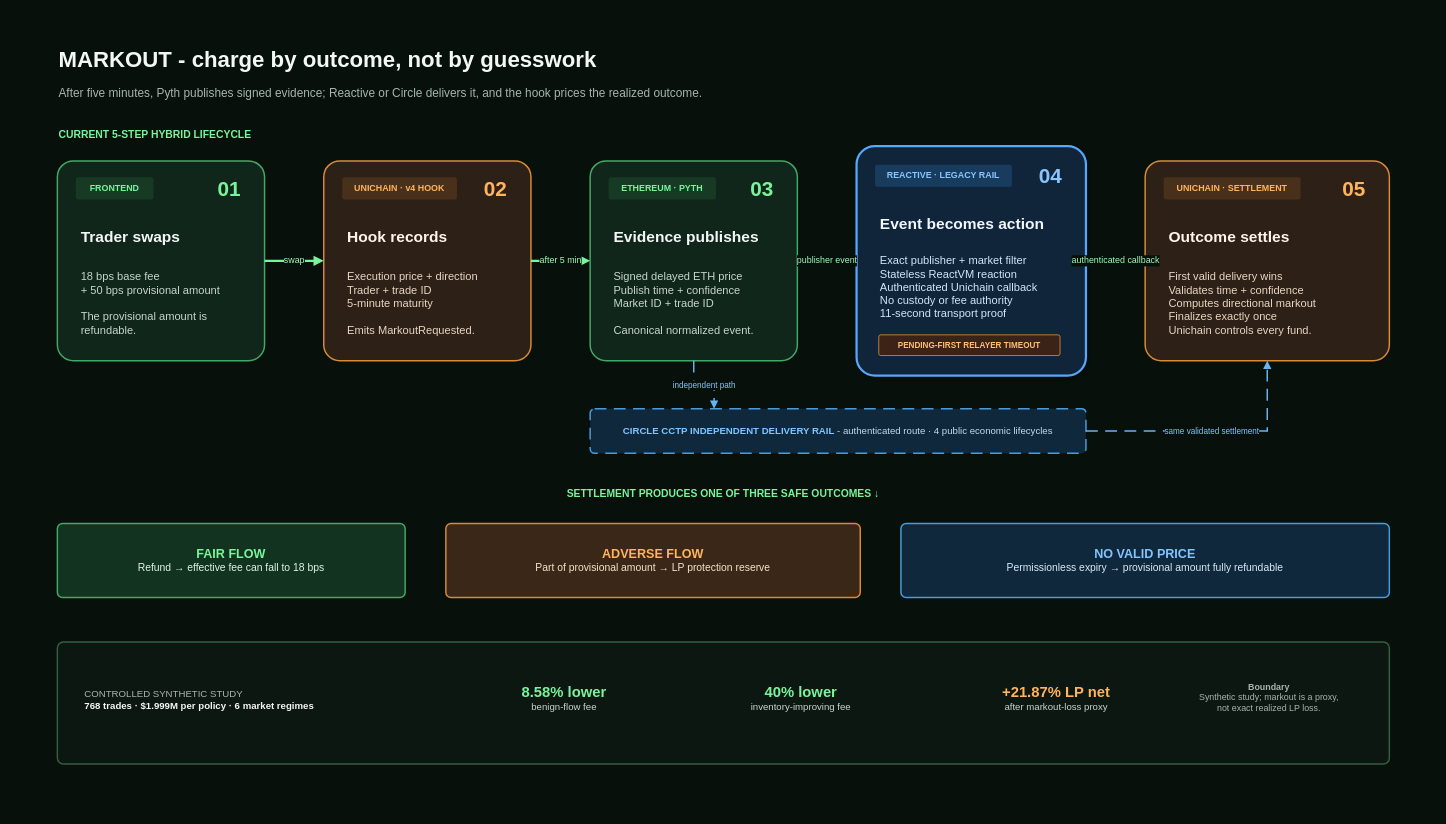
Above: docs/diagrams/MARKOUT_VIDEO_ARCHITECTURE.drawio in RudraBhaskar9439/markout-hook (draw.io), before the change. Source tidied: cells renumbered, new cells numbered last; positions are measured from the earlier drawing's top-left corner, leaving out a move shared by most shapes. Both pictures are drawn from the tidied source at 74%, with x=0, y=0 at pixel (13, 13).
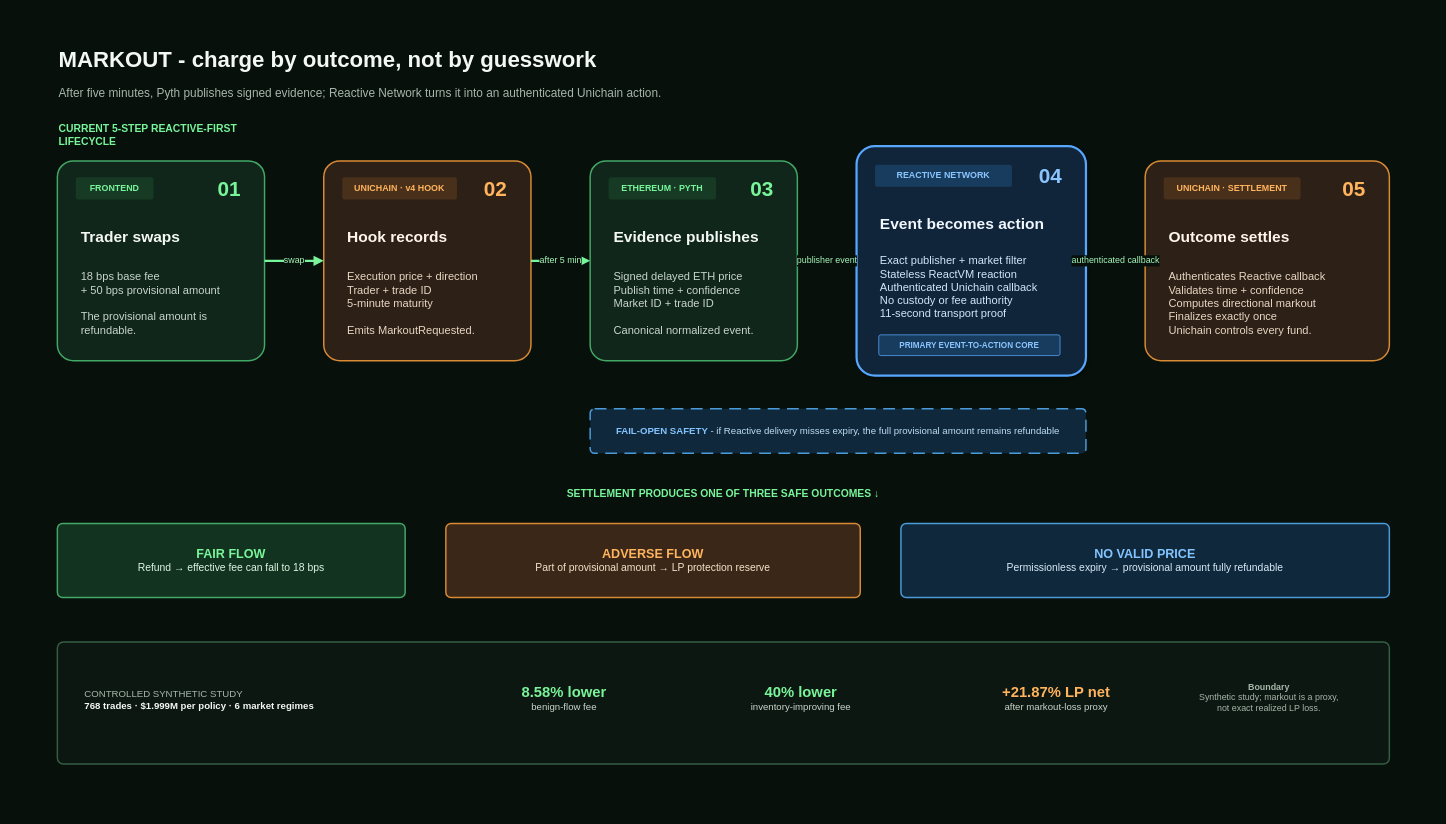
The same diagram, later.

Unchanged cells that the change refers to:
```xml
<mxCell id="16" style="rounded=1;arcSize=8;whiteSpace=wrap;html=1;fillColor=#10261A;strokeColor=#43A866;strokeWidth=2;" parent="1" vertex="1">
  <mxGeometry x="780" y="200" width="280" height="270" as="geometry" />
</mxCell>
<mxCell id="27" style="rounded=1;arcSize=8;whiteSpace=wrap;html=1;fillColor=#2D2016;strokeColor=#D98A35;strokeWidth=2;" parent="1" vertex="1">
  <mxGeometry x="1530" y="200" width="330" height="270" as="geometry" />
</mxCell>
```

What changed in the source:
```diff
@@
-    <mxCell id="4" value="&lt;font color=&quot;#A6B6AA&quot; style=&quot;font-size: 16px;&quot;&gt;After five minutes, Pyth publishes signed evidence; Reactive or Circle delivers it, and the hook prices the realized outcome.&lt;/font&gt;" style="text;html=1;align=left;verticalAlign=middle;whiteSpace=wrap;" parent="1" vertex="1">
+    <mxCell id="4" value="&lt;font color=&quot;#A6B6AA&quot; style=&quot;font-size: 16px;&quot;&gt;After five minutes, Pyth publishes signed evidence; Reactive Network turns it into an authenticated Unichain action.&lt;/font&gt;" style="text;html=1;align=left;verticalAlign=middle;whiteSpace=wrap;" parent="1" vertex="1">
       <mxGeometry x="60" y="90" width="1400" height="35" as="geometry" />
     </mxCell>
-    <mxCell id="5" value="&lt;font color=&quot;#78F59A&quot;&gt;&lt;b&gt;CURRENT 5-STEP HYBRID LIFECYCLE&lt;/b&gt;&lt;/font&gt;" style="text;html=1;align=left;verticalAlign=middle;whiteSpace=wrap;fontSize=14;" parent="1" vertex="1">
+    <mxCell id="5" value="&lt;font color=&quot;#78F59A&quot;&gt;&lt;b&gt;CURRENT 5-STEP REACTIVE-FIRST LIFECYCLE&lt;/b&gt;&lt;/font&gt;" style="text;html=1;align=left;verticalAlign=middle;whiteSpace=wrap;fontSize=14;" parent="1" vertex="1">
       <mxGeometry x="60" y="150" width="300" height="30" as="geometry" />
     </mxCell>
@@
-    <mxCell id="22" value="&lt;font color=&quot;#8AC5FF&quot;&gt;&lt;b&gt;REACTIVE · LEGACY RAIL&lt;/b&gt;&lt;/font&gt;" style="rounded=1;arcSize=12;whiteSpace=wrap;html=1;fillColor=#183C5D;strokeColor=none;align=center;fontSize=12;" parent="1" vertex="1">
+    <mxCell id="22" value="&lt;font color=&quot;#8AC5FF&quot;&gt;&lt;b&gt;REACTIVE NETWORK&lt;/b&gt;&lt;/font&gt;" style="rounded=1;arcSize=12;whiteSpace=wrap;html=1;fillColor=#183C5D;strokeColor=none;align=center;fontSize=12;" parent="1" vertex="1">
       <mxGeometry x="1165" y="205" width="185" height="30" as="geometry" />
     </mxCell>
@@
-    <mxCell id="26" value="&lt;font color=&quot;#FFBE74&quot;&gt;&lt;b&gt;PENDING-FIRST RELAYER TIMEOUT&lt;/b&gt;&lt;/font&gt;" style="rounded=1;arcSize=10;whiteSpace=wrap;html=1;fillColor=#3B2417;strokeColor=#E79A45;align=center;fontSize=11;" parent="1" vertex="1">
+    <mxCell id="26" value="&lt;font color=&quot;#8AC5FF&quot;&gt;&lt;b&gt;PRIMARY EVENT-TO-ACTION CORE&lt;/b&gt;&lt;/font&gt;" style="rounded=1;arcSize=10;whiteSpace=wrap;html=1;fillColor=#183C5D;strokeColor=#58A7FF;align=center;fontSize=11;" parent="1" vertex="1">
       <mxGeometry x="1170" y="435" width="245" height="28" as="geometry" />
     </mxCell>
@@
-    <mxCell id="31" value="&lt;font color=&quot;#E8D7C4&quot; style=&quot;font-size: 15px;&quot;&gt;First valid delivery wins&lt;br&gt;Validates time + confidence&lt;br&gt;Computes directional markout&lt;br&gt;Finalizes exactly once&lt;br&gt;Unichain controls every fund.&lt;/font&gt;" style="text;html=1;align=left;verticalAlign=top;whiteSpace=wrap;spacingTop=4;" parent="1" vertex="1">
+    <mxCell id="31" value="&lt;font color=&quot;#E8D7C4&quot; style=&quot;font-size: 15px;&quot;&gt;Authenticates Reactive callback&lt;br&gt;Validates time + confidence&lt;br&gt;Computes directional markout&lt;br&gt;Finalizes exactly once&lt;br&gt;Unichain controls every fund.&lt;/font&gt;" style="text;html=1;align=left;verticalAlign=top;whiteSpace=wrap;spacingTop=4;" parent="1" vertex="1">
       <mxGeometry x="1560" y="337" width="260" height="115" as="geometry" />
     </mxCell>
@@
-    <mxCell id="36" value="&lt;font color=&quot;#82C4FF&quot;&gt;&lt;b&gt;CIRCLE CCTP INDEPENDENT DELIVERY RAIL&lt;/b&gt;&lt;/font&gt;&lt;font color=&quot;#BEDDF5&quot;&gt; - authenticated route · 4 public economic lifecycles&lt;/font&gt;" style="rounded=1;arcSize=10;whiteSpace=wrap;html=1;fillColor=#10283B;strokeColor=#4B9BDB;strokeWidth=2;dashed=1;dashPattern=8 5;align=center;fontSize=13;" parent="1" vertex="1">
+    <mxCell id="36" value="&lt;font color=&quot;#82C4FF&quot;&gt;&lt;b&gt;FAIL-OPEN SAFETY&lt;/b&gt;&lt;/font&gt;&lt;font color=&quot;#BEDDF5&quot;&gt; - if Reactive delivery misses expiry, the full provisional amount remains refundable&lt;/font&gt;" style="rounded=1;arcSize=10;whiteSpace=wrap;html=1;fillColor=#10283B;strokeColor=#4B9BDB;strokeWidth=2;dashed=1;dashPattern=8 5;align=center;fontSize=13;" parent="1" vertex="1">
       <mxGeometry x="780" y="535" width="670" height="60" as="geometry" />
     </mxCell>
-    <mxCell id="37" value="independent path" style="edgeStyle=orthogonalEdgeStyle;rounded=0;html=1;strokeColor=#66B4F2;strokeWidth=2;dashed=1;dashPattern=8 5;fontColor=#82C4FF;fontSize=11;labelBackgroundColor=#07100B;endArrow=block;endFill=1;exitX=0.5;exitY=1;entryX=0.25;entryY=0;" parent="1" edge="1" source="16" target="36">
-      <mxGeometry relative="1" as="geometry" />
-    </mxCell>
-    <mxCell id="38" value="same validated settlement" style="edgeStyle=orthogonalEdgeStyle;rounded=0;html=1;strokeColor=#66B4F2;strokeWidth=2;dashed=1;dashPattern=8 5;fontColor=#82C4FF;fontSize=11;labelBackgroundColor=#07100B;endArrow=block;endFill=1;exitX=1;exitY=0.5;entryX=0.5;entryY=1;" parent="1" edge="1" source="36" target="27">
-      <mxGeometry relative="1" as="geometry">
-        <Array as="points">
-          <mxPoint x="1695" y="565" />
-        </Array>
-      </mxGeometry>
-    </mxCell>
```
